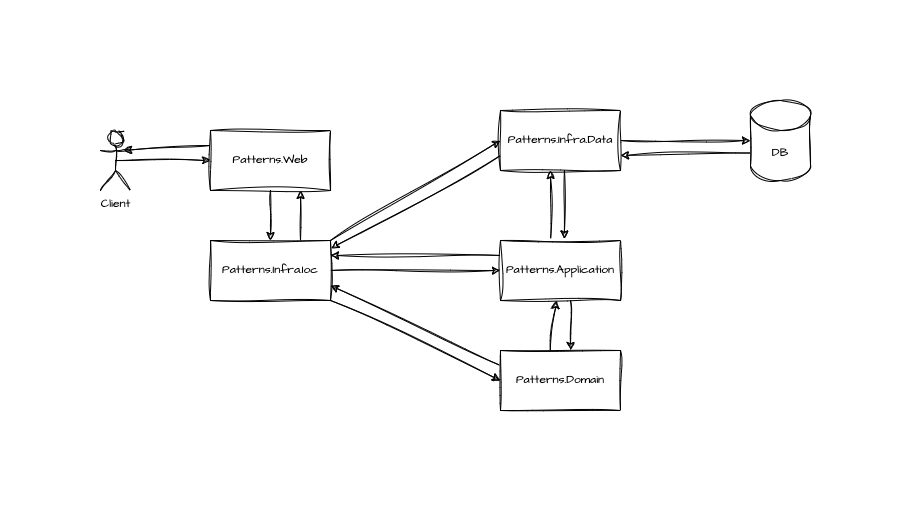
theMyntt/PracticesStudy keeps this draw.io diagram as docs/AppFlow.drawio.png. Above is the earlier version. Source tidied: cells renumbered, new cells last; positions are measured from the earlier drawing's top-left corner, leaving out a move shared by most shapes.
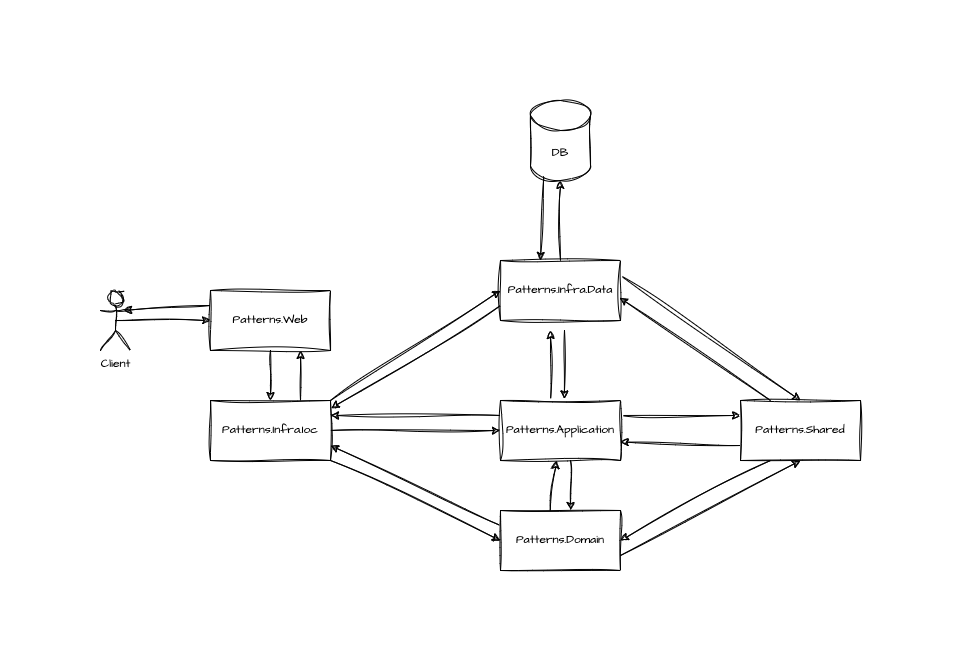
Later version of the same file.

Commit message:
docs: shared layer

What changed in the source:
```diff
@@ -23,11 +23,14 @@
     <mxCell id="8" value="Patterns.Infra.Ioc" style="rounded=0;whiteSpace=wrap;html=1;sketch=1;hachureGap=4;jiggle=2;curveFitting=1;fontFamily=Architects Daughter;fontSource=https%3A%2F%2Ffonts.googleapis.com%2Fcss%3Ffamily%3DArchitects%2BDaughter;" parent="1" vertex="1">
       <mxGeometry x="110" y="140" width="120" height="60" as="geometry" />
     </mxCell>
-    <mxCell id="9" style="edgeStyle=none;rounded=0;sketch=1;hachureGap=4;jiggle=2;curveFitting=1;jettySize=auto;html=1;exitX=1;exitY=0.5;exitDx=0;exitDy=0;fontFamily=Architects Daughter;fontSource=https%3A%2F%2Ffonts.googleapis.com%2Fcss%3Ffamily%3DArchitects%2BDaughter;" parent="1" edge="1" source="10" target="18">
+    <mxCell id="9" style="edgeStyle=none;rounded=0;sketch=1;hachureGap=4;jiggle=2;curveFitting=1;jettySize=auto;html=1;exitX=0.5;exitY=0;exitDx=0;exitDy=0;fontFamily=Architects Daughter;fontSource=https%3A%2F%2Ffonts.googleapis.com%2Fcss%3Ffamily%3DArchitects%2BDaughter;" parent="1" edge="1" source="10" target="18">
       <mxGeometry relative="1" as="geometry" />
     </mxCell>
+    <mxCell id="25" style="edgeStyle=none;rounded=0;sketch=1;hachureGap=4;jiggle=2;curveFitting=1;jettySize=auto;html=1;exitX=1;exitY=0.25;exitDx=0;exitDy=0;entryX=0.5;entryY=0;entryDx=0;entryDy=0;fontFamily=Architects Daughter;fontSource=https%3A%2F%2Ffonts.googleapis.com%2Fcss%3Ffamily%3DArchitects%2BDaughter;" parent="1" edge="1" source="10" target="29">
+      <mxGeometry relative="1" as="geometry" />
+    </mxCell>
     <mxCell id="10" value="Patterns.Infra.Data" style="rounded=0;whiteSpace=wrap;html=1;sketch=1;hachureGap=4;jiggle=2;curveFitting=1;fontFamily=Architects Daughter;fontSource=https%3A%2F%2Ffonts.googleapis.com%2Fcss%3Ffamily%3DArchitects%2BDaughter;" parent="1" vertex="1">
-      <mxGeometry x="400" y="10" width="120" height="60" as="geometry" />
+      <mxGeometry x="400" width="120" height="60" as="geometry" />
     </mxCell>
     <mxCell id="11" style="edgeStyle=orthogonalEdgeStyle;rounded=0;sketch=1;hachureGap=4;jiggle=2;curveFitting=1;orthogonalLoop=1;jettySize=auto;html=1;exitX=0.5;exitY=1;exitDx=0;exitDy=0;fontFamily=Architects Daughter;fontSource=https%3A%2F%2Ffonts.googleapis.com%2Fcss%3Ffamily%3DArchitects%2BDaughter;" parent="1" edge="1">
       <mxGeometry relative="1" as="geometry">
@@ -44,20 +47,30 @@
     <mxCell id="13" style="edgeStyle=none;rounded=0;sketch=1;hachureGap=4;jiggle=2;curveFitting=1;jettySize=auto;html=1;exitX=0;exitY=0.25;exitDx=0;exitDy=0;entryX=1;entryY=0.25;entryDx=0;entryDy=0;fontFamily=Architects Daughter;fontSource=https%3A%2F%2Ffonts.googleapis.com%2Fcss%3Ffamily%3DArchitects%2BDaughter;" parent="1" edge="1" source="14" target="8">
       <mxGeometry relative="1" as="geometry" />
     </mxCell>
+    <mxCell id="26" style="edgeStyle=none;rounded=0;sketch=1;hachureGap=4;jiggle=2;curveFitting=1;jettySize=auto;html=1;exitX=1;exitY=0.25;exitDx=0;exitDy=0;entryX=0;entryY=0.25;entryDx=0;entryDy=0;fontFamily=Architects Daughter;fontSource=https%3A%2F%2Ffonts.googleapis.com%2Fcss%3Ffamily%3DArchitects%2BDaughter;" parent="1" edge="1" source="14" target="29">
+      <mxGeometry relative="1" as="geometry" />
+    </mxCell>
     <mxCell id="14" value="Patterns.Application" style="rounded=0;whiteSpace=wrap;html=1;sketch=1;hachureGap=4;jiggle=2;curveFitting=1;fontFamily=Architects Daughter;fontSource=https%3A%2F%2Ffonts.googleapis.com%2Fcss%3Ffamily%3DArchitects%2BDaughter;" parent="1" vertex="1">
       <mxGeometry x="400" y="140" width="120" height="60" as="geometry" />
     </mxCell>
     <mxCell id="15" style="edgeStyle=none;rounded=0;sketch=1;hachureGap=4;jiggle=2;curveFitting=1;jettySize=auto;html=1;exitX=0;exitY=0.25;exitDx=0;exitDy=0;entryX=1;entryY=0.75;entryDx=0;entryDy=0;fontFamily=Architects Daughter;fontSource=https%3A%2F%2Ffonts.googleapis.com%2Fcss%3Ffamily%3DArchitects%2BDaughter;" parent="1" edge="1" source="16" target="8">
       <mxGeometry relative="1" as="geometry" />
     </mxCell>
+    <mxCell id="27" style="edgeStyle=none;rounded=0;sketch=1;hachureGap=4;jiggle=2;curveFitting=1;jettySize=auto;html=1;exitX=1;exitY=0.75;exitDx=0;exitDy=0;entryX=0.5;entryY=1;entryDx=0;entryDy=0;fontFamily=Architects Daughter;fontSource=https%3A%2F%2Ffonts.googleapis.com%2Fcss%3Ffamily%3DArchitects%2BDaughter;" parent="1" edge="1" source="16" target="29">
+      <mxGeometry relative="1" as="geometry" />
+    </mxCell>
     <mxCell id="16" value="Patterns.Domain" style="rounded=0;whiteSpace=wrap;html=1;sketch=1;hachureGap=4;jiggle=2;curveFitting=1;fontFamily=Architects Daughter;fontSource=https%3A%2F%2Ffonts.googleapis.com%2Fcss%3Ffamily%3DArchitects%2BDaughter;" parent="1" vertex="1">
       <mxGeometry x="400" y="250" width="120" height="60" as="geometry" />
     </mxCell>
-    <mxCell id="17" style="edgeStyle=none;rounded=0;sketch=1;hachureGap=4;jiggle=2;curveFitting=1;jettySize=auto;html=1;exitX=0;exitY=0;exitDx=0;exitDy=52.5;exitPerimeter=0;entryX=1;entryY=0.75;entryDx=0;entryDy=0;fontFamily=Architects Daughter;fontSource=https%3A%2F%2Ffonts.googleapis.com%2Fcss%3Ffamily%3DArchitects%2BDaughter;" parent="1" edge="1" source="18" target="10">
-      <mxGeometry relative="1" as="geometry" />
+    <mxCell id="17" style="edgeStyle=none;rounded=0;sketch=1;hachureGap=4;jiggle=2;curveFitting=1;jettySize=auto;html=1;fontFamily=Architects Daughter;fontSource=https%3A%2F%2Ffonts.googleapis.com%2Fcss%3Ffamily%3DArchitects%2BDaughter;exitX=0.222;exitY=0.95;exitDx=0;exitDy=0;exitPerimeter=0;" parent="1" edge="1" source="18" target="10">
+      <mxGeometry relative="1" as="geometry">
+        <Array as="points">
+          <mxPoint x="440" />
+        </Array>
+      </mxGeometry>
     </mxCell>
     <mxCell id="18" value="DB" style="shape=cylinder3;whiteSpace=wrap;html=1;boundedLbl=1;backgroundOutline=1;size=15;sketch=1;hachureGap=4;jiggle=2;curveFitting=1;fontFamily=Architects Daughter;fontSource=https%3A%2F%2Ffonts.googleapis.com%2Fcss%3Ffamily%3DArchitects%2BDaughter;" parent="1" vertex="1">
-      <mxGeometry x="650" width="60" height="80" as="geometry" />
+      <mxGeometry x="430" y="-160" width="60" height="80" as="geometry" />
     </mxCell>
     <mxCell id="19" style="rounded=0;sketch=1;hachureGap=4;jiggle=2;curveFitting=1;jettySize=auto;html=1;fontFamily=Architects Daughter;fontSource=https%3A%2F%2Ffonts.googleapis.com%2Fcss%3Ffamily%3DArchitects%2BDaughter;entryX=0.532;entryY=-0.026;entryDx=0;entryDy=0;entryPerimeter=0;" parent="1" edge="1" target="14">
       <mxGeometry relative="1" as="geometry">
@@ -79,5 +92,17 @@
     <mxCell id="24" style="edgeStyle=none;rounded=0;sketch=1;hachureGap=4;jiggle=2;curveFitting=1;jettySize=auto;html=1;exitX=0;exitY=0.25;exitDx=0;exitDy=0;entryX=0.776;entryY=0.331;entryDx=0;entryDy=0;entryPerimeter=0;fontFamily=Architects Daughter;fontSource=https%3A%2F%2Ffonts.googleapis.com%2Fcss%3Ffamily%3DArchitects%2BDaughter;" parent="1" edge="1" source="3" target="22">
       <mxGeometry relative="1" as="geometry" />
     </mxCell>
+    <mxCell id="28" style="edgeStyle=none;rounded=0;sketch=1;hachureGap=4;jiggle=2;curveFitting=1;jettySize=auto;html=1;exitX=0.25;exitY=1;exitDx=0;exitDy=0;entryX=1;entryY=0.5;entryDx=0;entryDy=0;fontFamily=Architects Daughter;fontSource=https%3A%2F%2Ffonts.googleapis.com%2Fcss%3Ffamily%3DArchitects%2BDaughter;" parent="1" edge="1" source="29" target="16">
+      <mxGeometry relative="1" as="geometry" />
+    </mxCell>
+    <mxCell id="29" value="Patterns.Shared" style="rounded=0;whiteSpace=wrap;html=1;sketch=1;hachureGap=4;jiggle=2;curveFitting=1;fontFamily=Architects Daughter;fontSource=https%3A%2F%2Ffonts.googleapis.com%2Fcss%3Ffamily%3DArchitects%2BDaughter;" parent="1" vertex="1">
+      <mxGeometry x="640" y="140" width="120" height="60" as="geometry" />
+    </mxCell>
+    <mxCell id="30" style="edgeStyle=none;rounded=0;sketch=1;hachureGap=4;jiggle=2;curveFitting=1;jettySize=auto;html=1;exitX=0;exitY=0.75;exitDx=0;exitDy=0;entryX=0.998;entryY=0.691;entryDx=0;entryDy=0;entryPerimeter=0;fontFamily=Architects Daughter;fontSource=https%3A%2F%2Ffonts.googleapis.com%2Fcss%3Ffamily%3DArchitects%2BDaughter;" parent="1" edge="1" source="29" target="14">
+      <mxGeometry relative="1" as="geometry" />
+    </mxCell>
+    <mxCell id="31" style="edgeStyle=none;rounded=0;sketch=1;hachureGap=4;jiggle=2;curveFitting=1;jettySize=auto;html=1;exitX=0.25;exitY=0;exitDx=0;exitDy=0;entryX=0.993;entryY=0.621;entryDx=0;entryDy=0;entryPerimeter=0;fontFamily=Architects Daughter;fontSource=https%3A%2F%2Ffonts.googleapis.com%2Fcss%3Ffamily%3DArchitects%2BDaughter;" parent="1" edge="1" source="29" target="10">
+      <mxGeometry relative="1" as="geometry" />
+    </mxCell>
   </root>
 </mxGraphModel>
```
